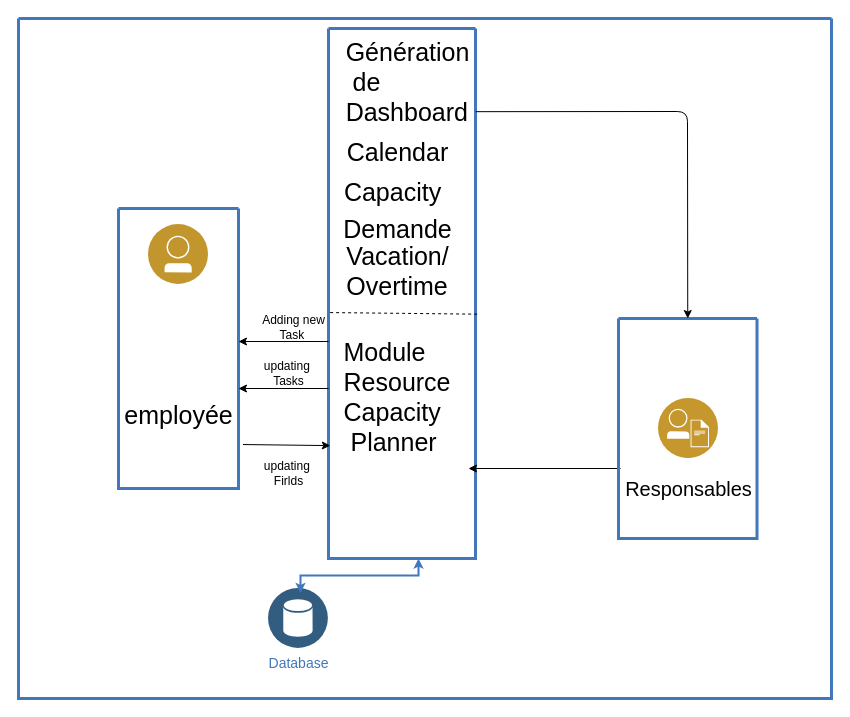
Before: Untitled Diagram.drawio in hassen99/Adafruit_MQTT_Library, a draw.io diagram. Source tidied: cells renumbered, new cells numbered last; positions are measured from the earlier drawing's top-left corner, leaving out a move shared by most shapes. Both pictures are drawn from the tidied source at 100%, with x=0, y=0 at pixel (18, 18).
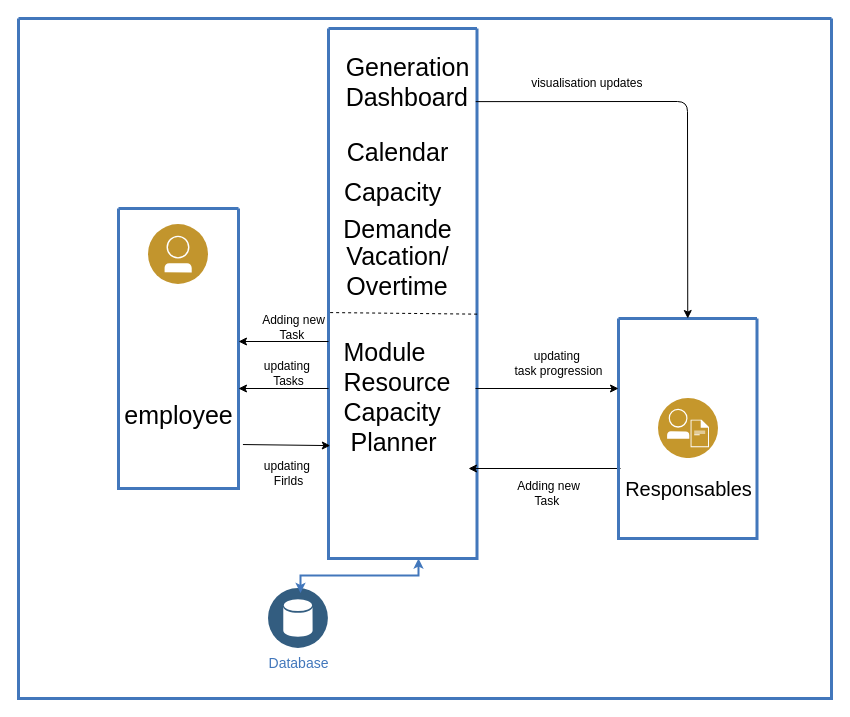
The same page after the edit.

Unchanged cells that the change refers to:
```xml
<mxCell id="2" style="swimlane;shadow=0;strokeColor=#4277BB;fillColor=#ffffff;fontColor=#4277BB;align=right;startSize=0;strokeWidth=3;" parent="1" vertex="1">
  <mxGeometry width="813" height="680" as="geometry" />
</mxCell>
<mxCell id="3" style="swimlane;shadow=0;strokeColor=#4277BB;fillColor=#ffffff;fontColor=#4277BB;align=right;startSize=0;strokeWidth=3;" parent="2" vertex="1">
  <mxGeometry x="100" y="190" width="120" height="280" as="geometry" />
</mxCell>
<mxCell id="19" style="swimlane;shadow=0;strokeColor=#4277BB;fillColor=#ffffff;fontColor=#4277BB;align=right;startSize=0;strokeWidth=3;" parent="2" vertex="1">
  <mxGeometry x="600" y="300" width="138.5" height="220" as="geometry" />
</mxCell>
```

Diff of the diagram source:
```diff
@@
-    <mxCell id="5" value="&lt;font style=&quot;font-size: 25px&quot;&gt;employée&lt;/font&gt;" style="text;html=1;align=center;verticalAlign=middle;" parent="3" vertex="1">
+    <mxCell id="5" value="&lt;font style=&quot;font-size: 25px&quot;&gt;employee&lt;/font&gt;" style="text;html=1;align=center;verticalAlign=middle;" parent="3" vertex="1">
       <mxGeometry y="196" width="120" height="20" as="geometry" />
     </mxCell>
     <mxCell id="6" style="swimlane;shadow=0;strokeColor=#4277BB;fillColor=#ffffff;fontColor=#4277BB;align=right;startSize=0;strokeWidth=3;" parent="2" vertex="1">
-      <mxGeometry x="310" y="10" width="147" height="530" as="geometry" />
+      <mxGeometry x="310" y="10" width="148.5" height="530" as="geometry" />
     </mxCell>
@@
-    <mxCell id="8" value="&lt;div style=&quot;text-align: left&quot;&gt;&lt;span style=&quot;font-size: 25px&quot;&gt;Génération&lt;/span&gt;&lt;/div&gt;&lt;div style=&quot;text-align: left&quot;&gt;&lt;span style=&quot;font-size: 25px&quot;&gt;&amp;nbsp;de&amp;nbsp;&lt;/span&gt;&lt;/div&gt;&lt;div style=&quot;text-align: left&quot;&gt;&lt;span style=&quot;font-size: 25px&quot;&gt;Dashboard&lt;/span&gt;&lt;/div&gt;" style="text;html=1;align=center;verticalAlign=middle;points=[];" parent="6" vertex="1">
-      <mxGeometry x="8.5" y="23" width="140" height="60" as="geometry" />
+    <mxCell id="8" value="&lt;div style=&quot;text-align: left&quot;&gt;&lt;span style=&quot;font-size: 25px&quot;&gt;Generation&lt;/span&gt;&lt;/div&gt;&lt;div style=&quot;text-align: left&quot;&gt;&lt;span style=&quot;font-size: 25px&quot;&gt;Dashboard&lt;/span&gt;&lt;/div&gt;" style="text;html=1;align=center;verticalAlign=middle;points=[];" parent="6" vertex="1">
+      <mxGeometry x="8.5" y="33" width="140" height="40" as="geometry" />
     </mxCell>
@@
     <mxCell id="22" style="html=1;labelBackgroundColor=#ffffff;endArrow=classic;endFill=1;endSize=6;jettySize=auto;strokeWidth=1;fontSize=14;exitX=0.991;exitY=1.003;exitDx=0;exitDy=0;exitPerimeter=0;entryX=0.5;entryY=0;entryDx=0;entryDy=0;" parent="2" edge="1" source="8" target="19">
       <mxGeometry relative="1" as="geometry">
         <Array as="points">
-          <mxPoint x="669" y="93" />
+          <mxPoint x="669" y="83" />
         </Array>
       </mxGeometry>
     </mxCell>
@@
+    <mxCell id="27" style="html=1;labelBackgroundColor=#ffffff;endArrow=classic;endFill=1;endSize=6;jettySize=auto;orthogonalLoop=1;strokeWidth=1;fontSize=14;" parent="2" edge="1">
+      <mxGeometry relative="1" as="geometry">
+        <mxPoint x="457" y="370" as="sourcePoint" />
+        <mxPoint x="600" y="370" as="targetPoint" />
+      </mxGeometry>
+    </mxCell>
+    <mxCell id="28" value="Adding new &lt;br&gt;Task&amp;nbsp;" style="text;html=1;align=center;verticalAlign=middle;" parent="2" vertex="1">
+      <mxGeometry x="490" y="460" width="80" height="30" as="geometry" />
+    </mxCell>
+    <mxCell id="29" value="updating&amp;nbsp;&lt;br&gt;task progression" style="text;html=1;align=center;verticalAlign=middle;" parent="2" vertex="1">
+      <mxGeometry x="490" y="330" width="100" height="30" as="geometry" />
+    </mxCell>
+    <mxCell id="30" value="visualisation updates&amp;nbsp;" style="text;html=1;align=center;verticalAlign=middle;" parent="2" vertex="1">
+      <mxGeometry x="505" y="55" width="130" height="20" as="geometry" />
+    </mxCell>
```
